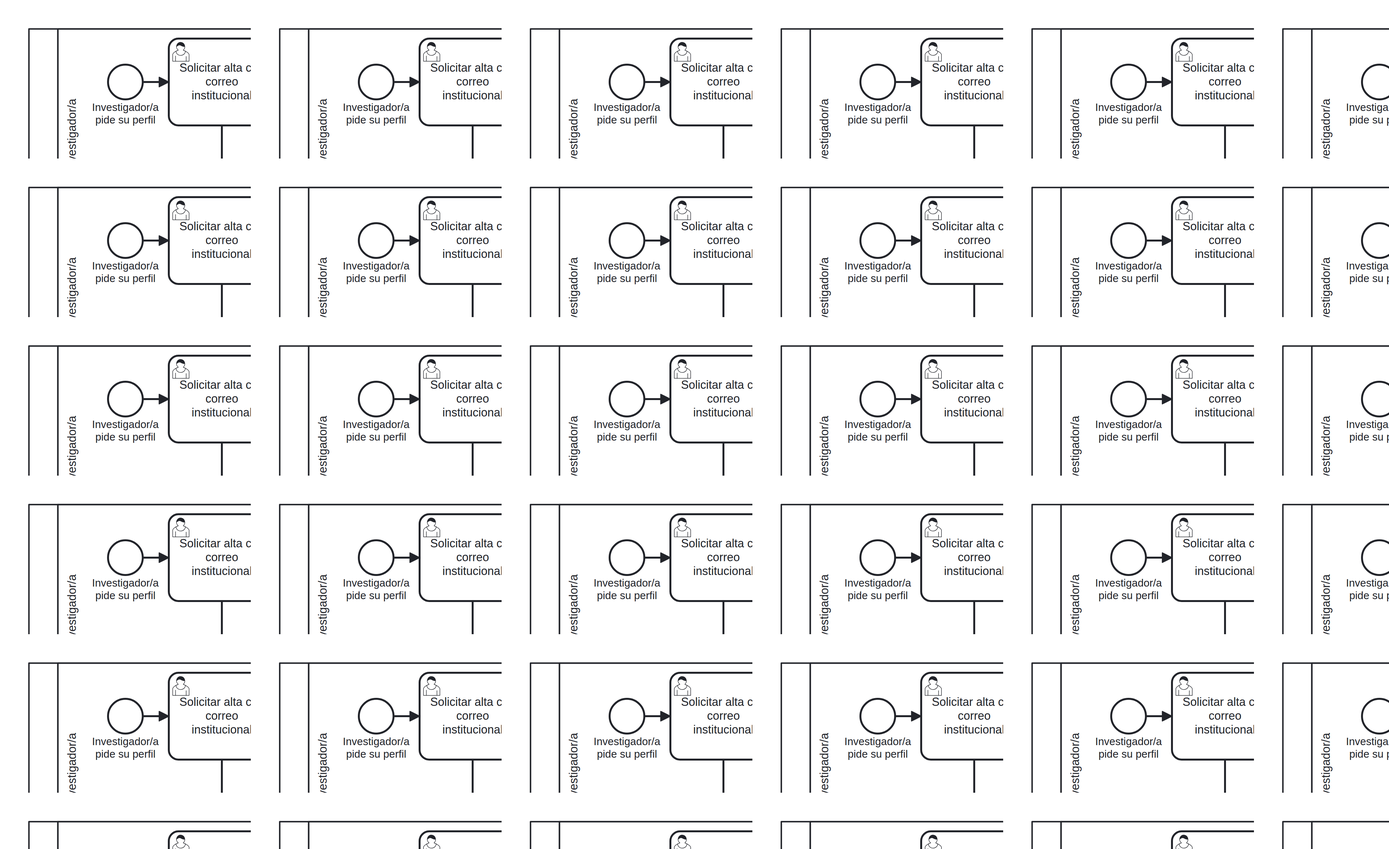
This is docs/bpmn/alta-perfil.png from ailcic/surrca-tpi, a BPMN export, as it was before one commit. Its source is kept beside it as docs/bpmn/alta-perfil.bpmn. Ids are renumbered.
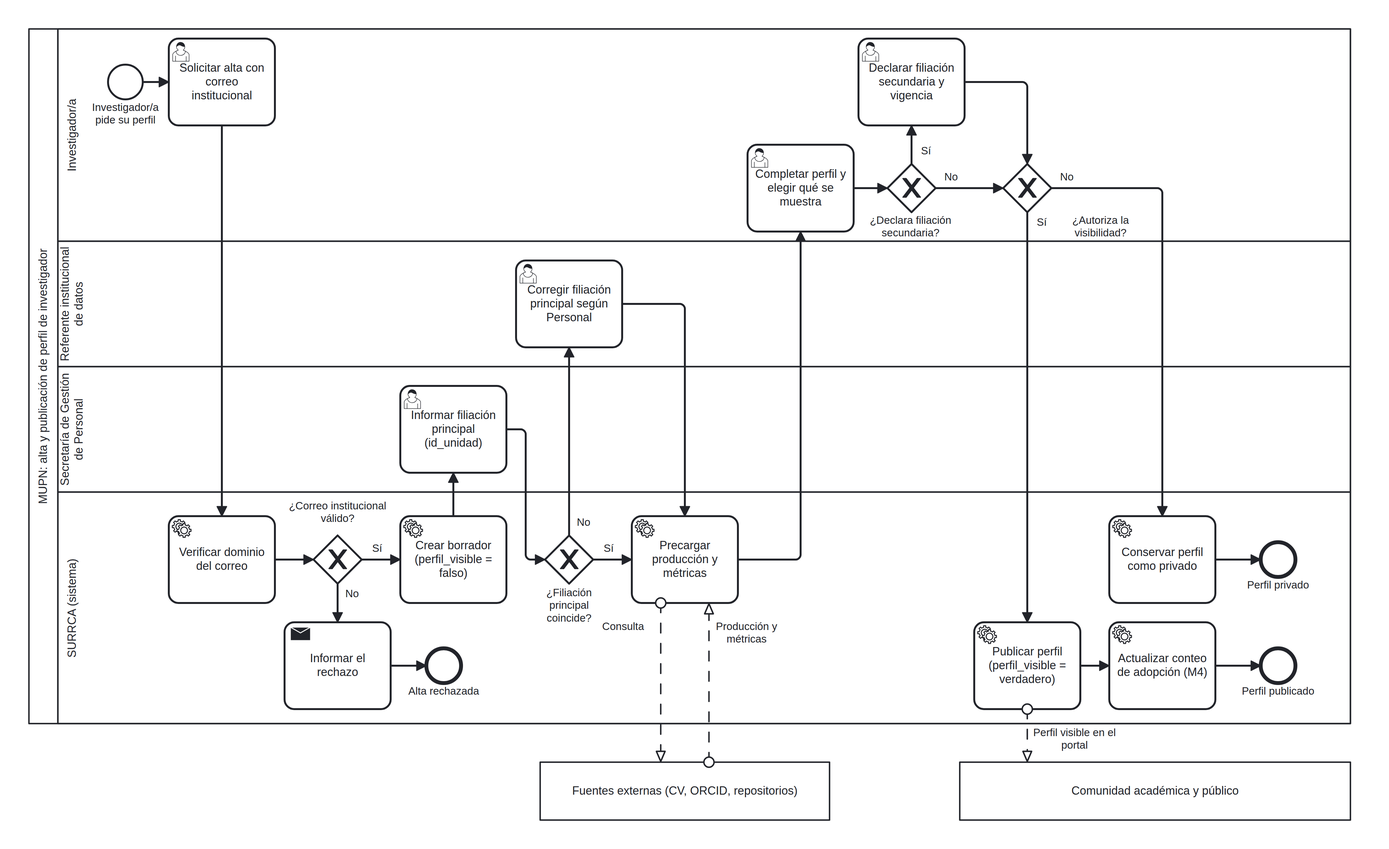
After the change.

Commit message:
Agrega la precarga con decisión por elemento al alta de perfil

Lo recuperable del CV, de ORCID o de repositorios se precarga, y cada persona elige
qué se muestra. Responde al comentario de revisión en #2.

The edit, as a diff of the source:
```diff
@@ -1,10 +1,10 @@
 <bpmn:definitions xmlns:bpmn="http://www.omg.org/spec/BPMN/20100524/MODEL" xmlns:bpmndi="http://www.omg.org/spec/BPMN/20100524/DI" xmlns:dc="http://www.omg.org/spec/DD/20100524/DC" xmlns:di="http://www.omg.org/spec/DD/20100524/DI" id="Def_surrca" targetNamespace="https://github.com/ailcic/surrca-tpi">
   <bpmn:collaboration id="Colab">
     <bpmn:participant id="P_mupn" name="MUPN: alta y publicación de perfil de investigador" processRef="Proc_alta"/>
-    <bpmn:participant id="P_bases" name="Bases científicas externas"/>
+    <bpmn:participant id="P_bases" name="Fuentes externas (CV, ORCID, repositorios)"/>
     <bpmn:participant id="P_comunidad" name="Comunidad académica y público"/>
     <bpmn:messageFlow id="M0" name="Consulta" sourceRef="t7" targetRef="P_bases"/>
-    <bpmn:messageFlow id="M1" name="Publicaciones y métricas" sourceRef="P_bases" targetRef="t7"/>
+    <bpmn:messageFlow id="M1" name="Producción y métricas" sourceRef="P_bases" targetRef="t7"/>
     <bpmn:messageFlow id="M2" name="Perfil visible en el portal" sourceRef="t10" targetRef="P_comunidad"/>
   </bpmn:collaboration>
   <bpmn:process id="Proc_alta" isExecutable="false">
@@ -78,12 +78,12 @@
       <bpmn:incoming>F9</bpmn:incoming>
       <bpmn:outgoing>F10</bpmn:outgoing>
     </bpmn:userTask>
-    <bpmn:serviceTask id="t7" name="Importar publicaciones y métricas">
+    <bpmn:serviceTask id="t7" name="Precargar producción y métricas">
       <bpmn:incoming>F8</bpmn:incoming>
       <bpmn:incoming>F10</bpmn:incoming>
       <bpmn:outgoing>F11</bpmn:outgoing>
     </bpmn:serviceTask>
-    <bpmn:userTask id="t8" name="Completar y revisar el perfil">
+    <bpmn:userTask id="t8" name="Completar perfil y elegir qué se muestra">
       <bpmn:incoming>F11</bpmn:incoming>
       <bpmn:outgoing>F12</bpmn:outgoing>
     </bpmn:userTask>
```
